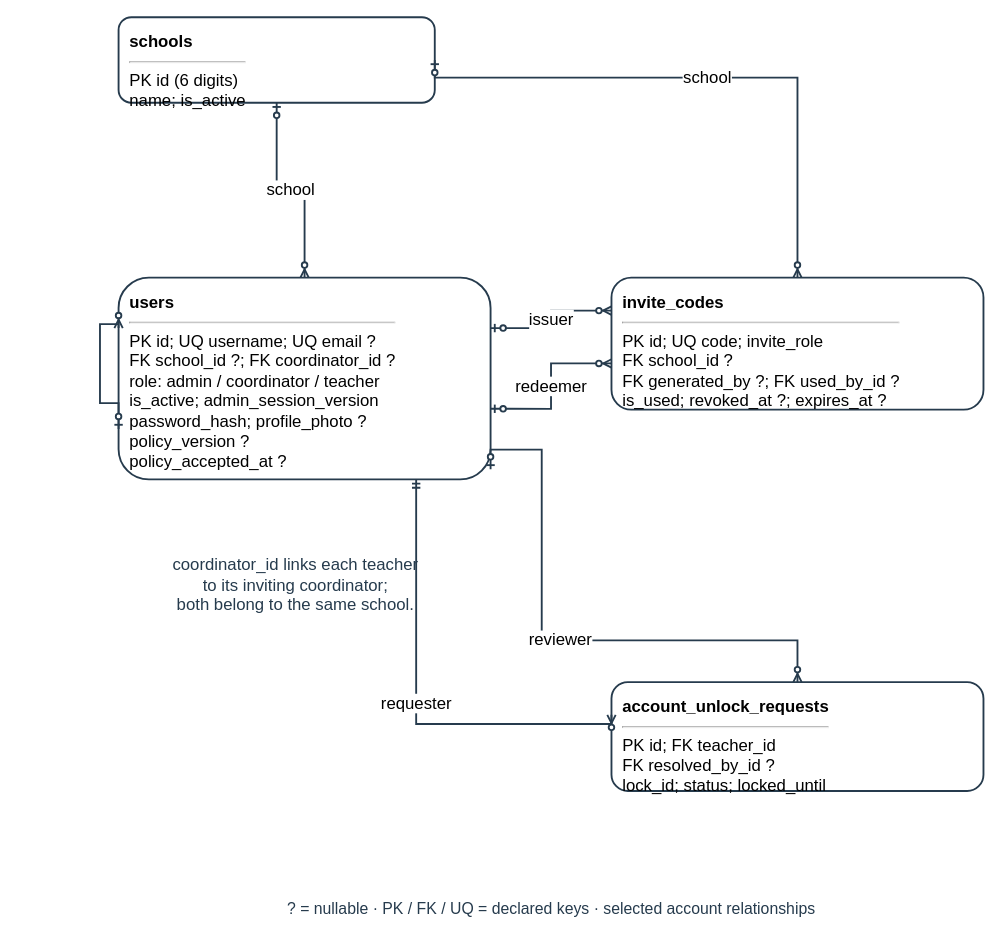
This is docs/diagrams/class-workspaces/figure-26-account-erd.drawio from AkuSayangKamuJudaSayang/crl-app, a draw.io file, before an edit. Source tidied: cells renumbered, new cells numbered last; positions are measured from the earlier drawing's top-left corner, leaving out a move shared by most shapes. Both pictures are drawn from the tidied source at 93%, with x=0, y=0 at pixel (16, 17).
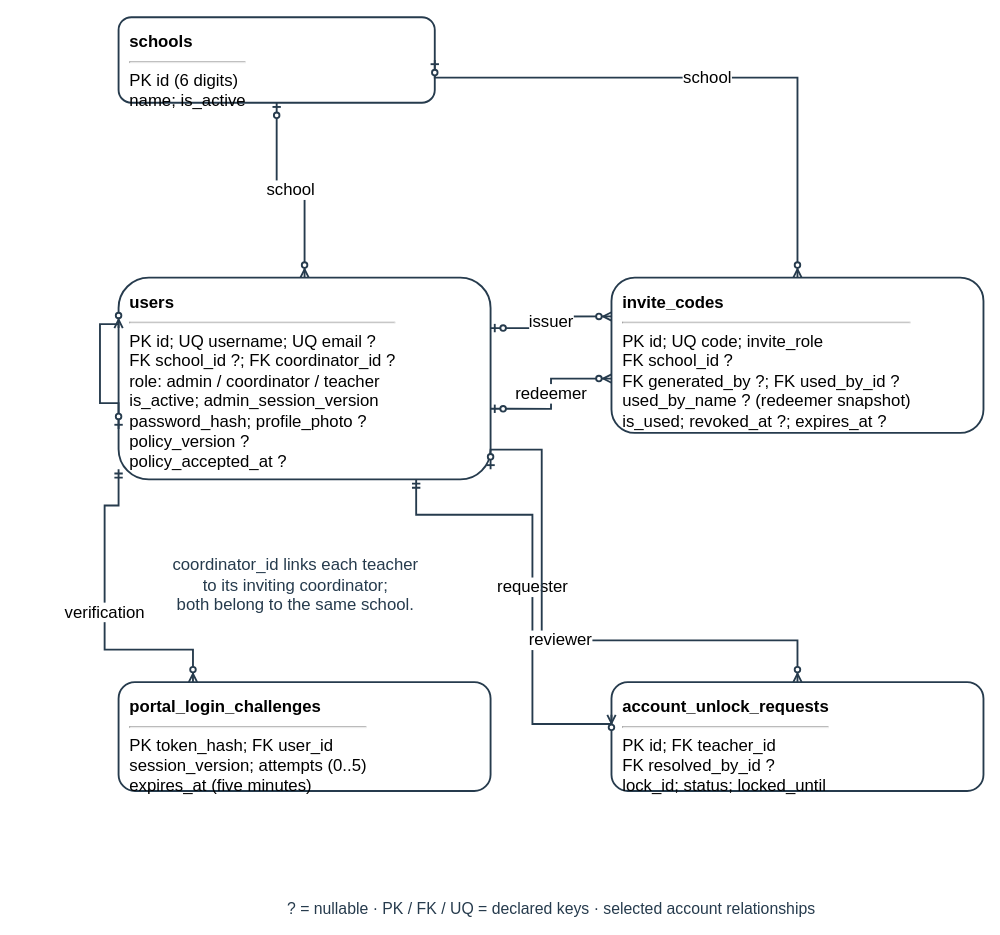
Above is the later version.

Unchanged cells that the change refers to:
```xml
<mxCell id="5" value="&lt;b&gt;users&lt;/b&gt;&lt;br&gt;&lt;hr&gt;PK id; UQ username; UQ email ?&lt;br&gt;FK school_id ?; FK coordinator_id ?&lt;br&gt;role: admin / coordinator / teacher&lt;br&gt;is_active; admin_session_version&lt;br&gt;password_hash; profile_photo ?&lt;br&gt;policy_version ?&lt;br&gt;policy_accepted_at ?" style="rounded=1;html=1;whiteSpace=wrap;fillColor=#ffffff;strokeColor=#263b4d;strokeWidth=2;align=left;verticalAlign=top;spacing=12;fontSize=18;" parent="1" vertex="1">
  <mxGeometry x="110" y="280" width="400" height="217" as="geometry" />
</mxCell>
<mxCell id="7" value="&lt;b&gt;account_unlock_requests&lt;/b&gt;&lt;br&gt;&lt;hr&gt;PK id; FK teacher_id&lt;br&gt;FK resolved_by_id ?&lt;br&gt;lock_id; status; locked_until" style="rounded=1;html=1;whiteSpace=wrap;fillColor=#ffffff;strokeColor=#263b4d;strokeWidth=2;align=left;verticalAlign=top;spacing=12;fontSize=18;" parent="1" vertex="1">
  <mxGeometry x="640" y="715" width="400" height="117" as="geometry" />
</mxCell>
```

Change to the diagram source:
```diff
@@
-    <mxCell id="6" value="&lt;b&gt;invite_codes&lt;/b&gt;&lt;br&gt;&lt;hr&gt;PK id; UQ code; invite_role&lt;br&gt;FK school_id ?&lt;br&gt;FK generated_by ?; FK used_by_id ?&lt;br&gt;is_used; revoked_at ?; expires_at ?" style="rounded=1;html=1;whiteSpace=wrap;fillColor=#ffffff;strokeColor=#263b4d;strokeWidth=2;align=left;verticalAlign=top;spacing=12;fontSize=18;" parent="1" vertex="1">
-      <mxGeometry x="640" y="280" width="400" height="142" as="geometry" />
+    <mxCell id="6" value="&lt;b&gt;invite_codes&lt;/b&gt;&lt;br&gt;&lt;hr&gt;PK id; UQ code; invite_role&lt;br&gt;FK school_id ?&lt;br&gt;FK generated_by ?; FK used_by_id ?&lt;br&gt;used_by_name ? (redeemer snapshot)&lt;br&gt;is_used; revoked_at ?; expires_at ?" style="rounded=1;html=1;whiteSpace=wrap;fillColor=#ffffff;strokeColor=#263b4d;strokeWidth=2;align=left;verticalAlign=top;spacing=12;fontSize=18;" parent="1" vertex="1">
+      <mxGeometry x="640" y="280" width="400" height="167" as="geometry" />
     </mxCell>
+    <mxCell id="15" value="&lt;b&gt;portal_login_challenges&lt;/b&gt;&lt;br&gt;&lt;hr&gt;PK token_hash; FK user_id&lt;br&gt;session_version; attempts (0..5)&lt;br&gt;expires_at (five minutes)" style="rounded=1;html=1;whiteSpace=wrap;fillColor=#ffffff;strokeColor=#263b4d;strokeWidth=2;align=left;verticalAlign=top;spacing=12;fontSize=18;" parent="1" vertex="1">
+      <mxGeometry x="110" y="715" width="400" height="117" as="geometry" />
+    </mxCell>
@@
-    <mxCell id="13" value="requester" style="edgeStyle=orthogonalEdgeStyle;rounded=0;html=1;endArrow=none;strokeColor=#263b4d;strokeWidth=2;exitX=0.8;exitY=1;entryX=0;entryY=0.3;fontSize=18;labelBackgroundColor=#ffffff;startArrow=ERmandOne;endArrow=ERzeroToMany;" parent="1" edge="1" source="5" target="7">
+    <mxCell id="13" value="verification" style="edgeStyle=orthogonalEdgeStyle;rounded=0;html=1;endArrow=none;strokeColor=#263b4d;strokeWidth=2;exitX=0;exitY=0.95;entryX=0.2;entryY=0;fontSize=18;labelBackgroundColor=#ffffff;startArrow=ERmandOne;endArrow=ERzeroToMany;" parent="1" edge="1" source="5" target="15">
       <mxGeometry relative="1" as="geometry">
         <Array as="points">
-          <mxPoint x="430" y="760" />
+          <mxPoint x="95" y="525" />
+          <mxPoint x="95" y="680" />
         </Array>
       </mxGeometry>
     </mxCell>
-    <mxCell id="14" value="reviewer" style="edgeStyle=orthogonalEdgeStyle;rounded=0;html=1;endArrow=none;strokeColor=#263b4d;strokeWidth=2;exitX=1;exitY=0.95;entryX=0.5;entryY=0;fontSize=18;labelBackgroundColor=#ffffff;startArrow=ERzeroToOne;endArrow=ERzeroToMany;" parent="1" edge="1" source="5" target="7">
+    <mxCell id="14" value="requester" style="edgeStyle=orthogonalEdgeStyle;rounded=0;html=1;endArrow=none;strokeColor=#263b4d;strokeWidth=2;exitX=0.8;exitY=1;entryX=0;entryY=0.3;fontSize=18;labelBackgroundColor=#ffffff;startArrow=ERmandOne;endArrow=ERzeroToMany;" parent="1" edge="1" source="5" target="7">
       <mxGeometry relative="1" as="geometry">
         <Array as="points">
-          <mxPoint x="565" y="465" />
-          <mxPoint x="565" y="670" />
-          <mxPoint x="840" y="670" />
+          <mxPoint x="555" y="535" />
+          <mxPoint x="555" y="760" />
         </Array>
       </mxGeometry>
     </mxCell>
+    <mxCell id="16" value="reviewer" style="edgeStyle=orthogonalEdgeStyle;rounded=0;html=1;endArrow=none;strokeColor=#263b4d;strokeWidth=2;exitX=1;exitY=0.95;entryX=0.5;entryY=0;fontSize=18;labelBackgroundColor=#ffffff;startArrow=ERzeroToOne;endArrow=ERzeroToMany;" parent="1" edge="1" source="5" target="7">
+      <mxGeometry relative="1" as="geometry">
+        <Array as="points">
+          <mxPoint x="565" y="465" />
+          <mxPoint x="565" y="670" />
+          <mxPoint x="840" y="670" />
+        </Array>
+      </mxGeometry>
+    </mxCell>
```
